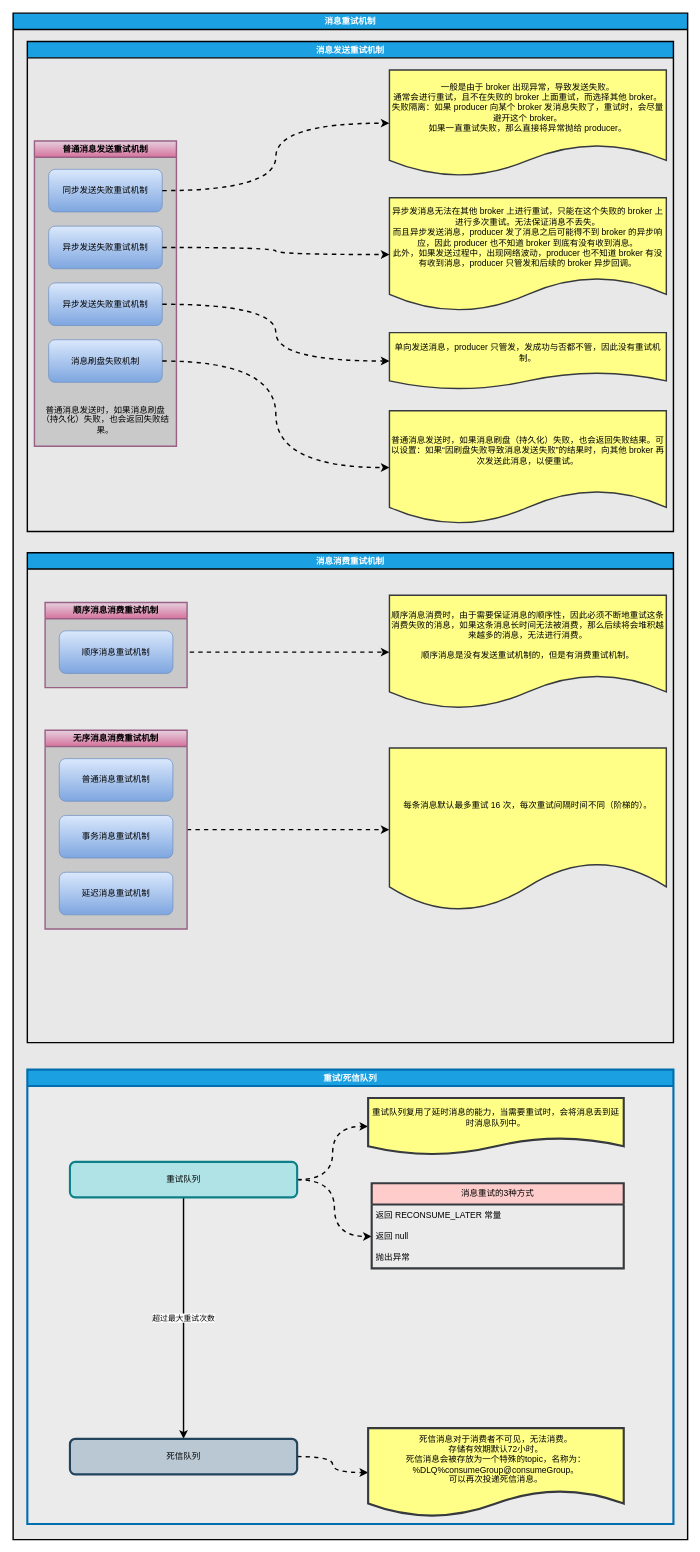
This is src/main/resource/learn.mq.rocketmq/消息重试机制.drawio from xauvlove/uml, a draw.io file, before an edit. Source tidied: cells renumbered, new cells numbered last; positions are measured from the earlier drawing's top-left corner, leaving out a move shared by most shapes. Both pictures are drawn from the tidied source at 71%, with x=0, y=0 at pixel (13, 13).
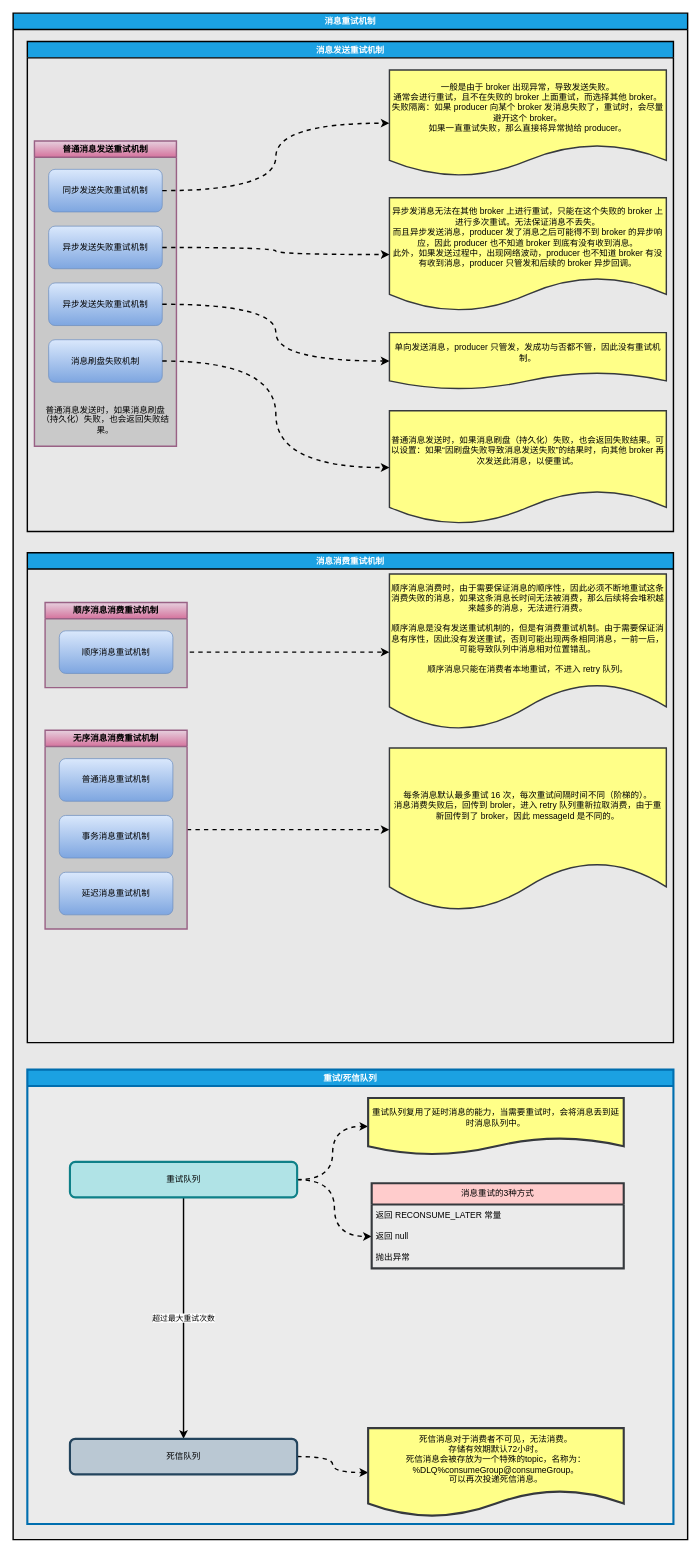
The same page after the edit.

The change refers to these unchanged cells:
```xml
<mxCell id="18" value="消息消费重试机制" style="swimlane;whiteSpace=wrap;html=1;fillColor=#1ba1e2;strokeColor=default;fontColor=#ffffff;strokeWidth=2;swimlaneFillColor=#E8E8E8;perimeterSpacing=0;glass=0;rounded=0;shadow=0;" parent="2" vertex="1">
  <mxGeometry x="20" y="760" width="910" height="690" as="geometry" />
</mxCell>
```

Diff of the diagram source:
```diff
@@
-    <mxCell id="19" value="顺序消息消费时，由于需要保证消息的顺序性，因此必须不断地重试这条消费失败的消息，如果这条消息长时间无法被消费，那么后续将会堆积越来越多的消息，无法进行消费。&lt;br&gt;&lt;br&gt;顺序消息是没有发送重试机制的，但是有消费重试机制。" style="shape=document;whiteSpace=wrap;html=1;boundedLbl=1;strokeColor=#36393d;strokeWidth=2;fillColor=#ffff88;" parent="18" vertex="1">
-      <mxGeometry x="510" y="60" width="390" height="160" as="geometry" />
+    <mxCell id="19" value="顺序消息消费时，由于需要保证消息的顺序性，因此必须不断地重试这条消费失败的消息，如果这条消息长时间无法被消费，那么后续将会堆积越来越多的消息，无法进行消费。&lt;br&gt;&lt;br&gt;顺序消息是没有发送重试机制的，但是有消费重试机制。由于需要保证消息有序性，因此没有发送重试，否则可能出现两条相同消息，一前一后，可能导致队列中消息相对位置错乱。&lt;br&gt;&lt;br&gt;顺序消息只能在消费者本地重试，不进入 retry 队列。&lt;br&gt;" style="shape=document;whiteSpace=wrap;html=1;boundedLbl=1;strokeColor=#36393d;strokeWidth=2;fillColor=#ffff88;" parent="18" vertex="1">
+      <mxGeometry x="510" y="30" width="390" height="220" as="geometry" />
     </mxCell>
@@
-    <mxCell id="28" value="每条消息默认最多重试 16 次，每次重试间隔时间不同（阶梯的）。" style="shape=document;whiteSpace=wrap;html=1;boundedLbl=1;strokeColor=#36393d;strokeWidth=2;fillColor=#ffff88;" parent="18" vertex="1">
+    <mxCell id="28" value="每条消息默认最多重试 16 次，每次重试间隔时间不同（阶梯的）。&lt;br&gt;消息消费失败后，回传到 broler，进入 retry 队列重新拉取消费，由于重新回传到了 broker，因此 messageId 是不同的。" style="shape=document;whiteSpace=wrap;html=1;boundedLbl=1;strokeColor=#36393d;strokeWidth=2;fillColor=#ffff88;" parent="18" vertex="1">
       <mxGeometry x="510" y="275" width="390" height="230" as="geometry" />
     </mxCell>
```
